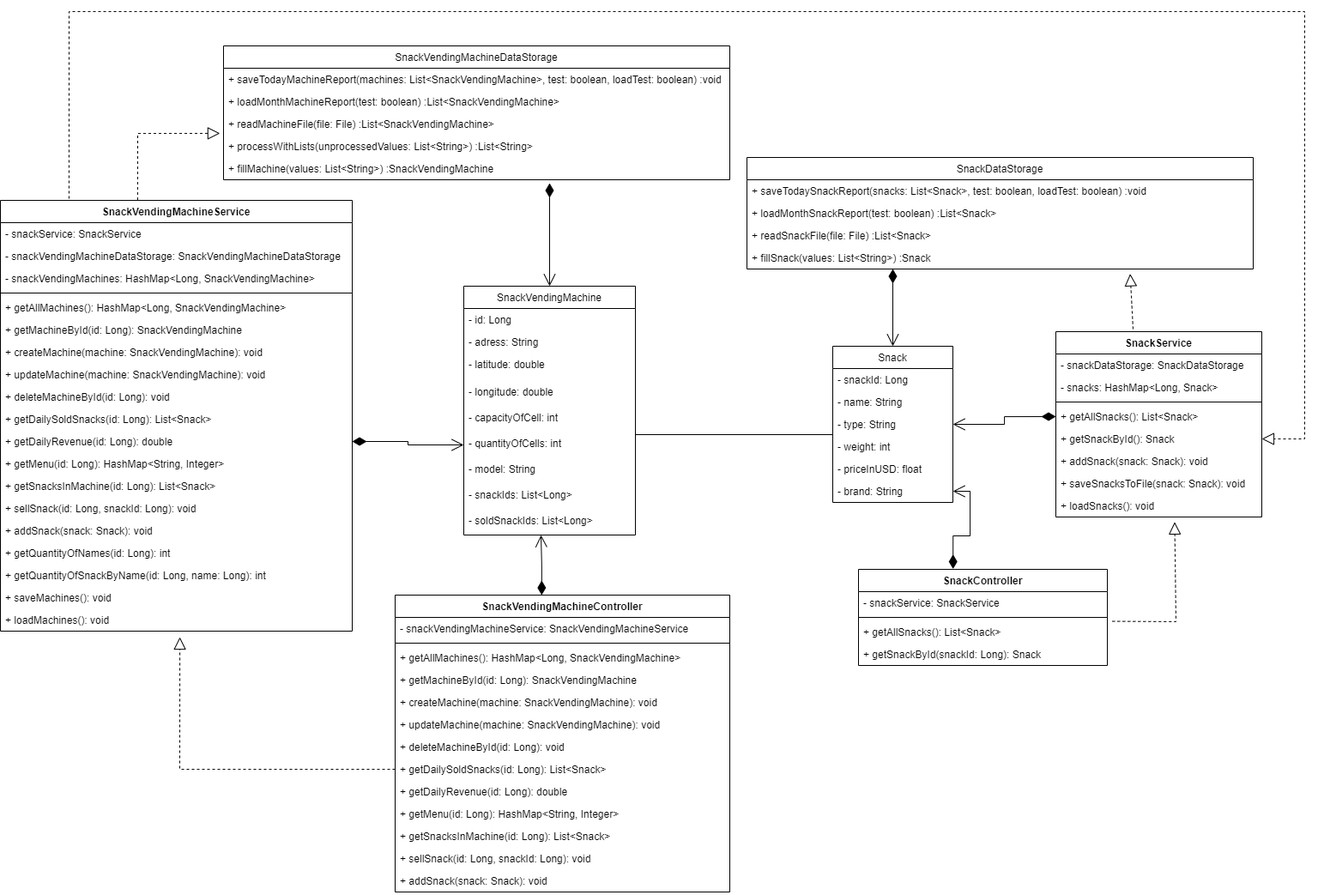
GrimLord16/iot_coursework_2nd_term_java keeps this draw.io diagram as CourseWorkDiagram.png. Above is the earlier version. Source tidied: cells renumbered, new cells last; positions are measured from the earlier drawing's top-left corner, leaving out a move shared by most shapes.
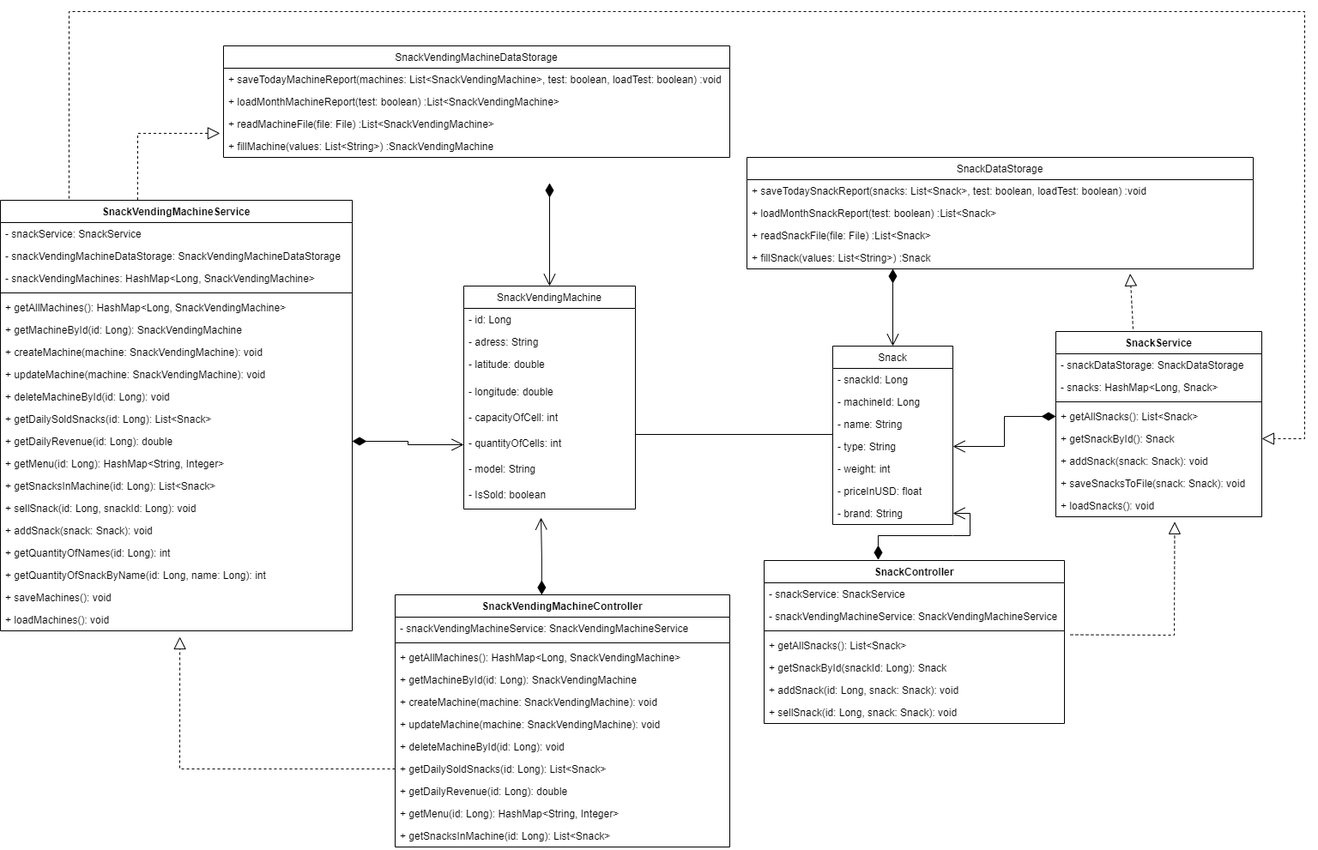
The same diagram one commit later.

What changed in the source:
```diff
@@ -36,22 +36,31 @@
       <mxGeometry y="190" width="240" height="26" as="geometry" />
     </mxCell>
     <mxCell id="12" value="SnackController" style="swimlane;fontStyle=1;align=center;verticalAlign=top;horizontal=1;startSize=26;" parent="1" vertex="1">
-      <mxGeometry x="1000" y="650" width="290" height="112" as="geometry" />
+      <mxGeometry x="890" y="640" width="350" height="190" as="geometry" />
     </mxCell>
     <mxCell id="13" value="- snackService: SnackService" style="text;strokeColor=none;fillColor=none;align=left;verticalAlign=top;spacingLeft=4;spacingRight=4;overflow=hidden;" parent="12" vertex="1">
-      <mxGeometry y="26" width="290" height="26" as="geometry" />
+      <mxGeometry y="26" width="350" height="26" as="geometry" />
     </mxCell>
+    <mxCell id="91" value="- snackVendingMachineService: SnackVendingMachineService" style="text;strokeColor=none;fillColor=none;align=left;verticalAlign=top;spacingLeft=4;spacingRight=4;overflow=hidden;" parent="12" vertex="1">
+      <mxGeometry y="52" width="350" height="26" as="geometry" />
+    </mxCell>
     <mxCell id="14" style="line;strokeWidth=1;fillColor=none;align=left;verticalAlign=middle;spacingTop=-1;spacingLeft=3;spacingRight=3;labelPosition=right;" parent="12" vertex="1">
-      <mxGeometry y="52" width="290" height="8" as="geometry" />
+      <mxGeometry y="78" width="350" height="8" as="geometry" />
     </mxCell>
     <mxCell id="15" value="+ getAllSnacks(): List&lt;Snack&gt;" style="text;strokeColor=none;fillColor=none;align=left;verticalAlign=top;spacingLeft=4;spacingRight=4;overflow=hidden;points=[[0,0.5],[1,0.5]];portConstraint=eastwest;" parent="12" vertex="1">
-      <mxGeometry y="60" width="290" height="26" as="geometry" />
+      <mxGeometry y="86" width="350" height="26" as="geometry" />
     </mxCell>
     <mxCell id="16" value="+ getSnackById(snackId: Long): Snack" style="text;strokeColor=none;fillColor=none;align=left;verticalAlign=top;spacingLeft=4;spacingRight=4;overflow=hidden;" parent="12" vertex="1">
-      <mxGeometry y="86" width="290" height="26" as="geometry" />
+      <mxGeometry y="112" width="350" height="26" as="geometry" />
     </mxCell>
+    <mxCell id="92" value="+ addSnack(id: Long, snack: Snack): void" style="text;strokeColor=none;fillColor=none;align=left;verticalAlign=top;spacingLeft=4;spacingRight=4;overflow=hidden;" parent="12" vertex="1">
+      <mxGeometry y="138" width="350" height="26" as="geometry" />
+    </mxCell>
+    <mxCell id="93" value="+ sellSnack(id: Long, snack: Snack): void" style="text;strokeColor=none;fillColor=none;align=left;verticalAlign=top;spacingLeft=4;spacingRight=4;overflow=hidden;" parent="12" vertex="1">
+      <mxGeometry y="164" width="350" height="26" as="geometry" />
+    </mxCell>
     <mxCell id="17" value="SnackVendingMachine" style="swimlane;fontStyle=0;horizontal=1;startSize=26;fillColor=none;" parent="1" vertex="1">
-      <mxGeometry x="540" y="320" width="200" height="290" as="geometry" />
+      <mxGeometry x="540" y="320" width="200" height="260" as="geometry" />
     </mxCell>
     <mxCell id="18" value="- id: Long" style="text;strokeColor=none;fillColor=none;align=left;verticalAlign=top;spacingLeft=4;spacingRight=4;overflow=hidden;" parent="17" vertex="1">
       <mxGeometry y="26" width="200" height="26" as="geometry" />
@@ -74,35 +83,35 @@
     <mxCell id="24" value="- model: String" style="text;strokeColor=none;fillColor=none;align=left;verticalAlign=top;spacingLeft=4;spacingRight=4;overflow=hidden;" parent="17" vertex="1">
       <mxGeometry y="200" width="200" height="30" as="geometry" />
     </mxCell>
-    <mxCell id="25" value="- snackIds: List&lt;Long&gt;" style="text;strokeColor=none;fillColor=none;align=left;verticalAlign=top;spacingLeft=4;spacingRight=4;overflow=hidden;" parent="17" vertex="1">
-      <mxGeometry y="230" width="200" height="30" as="geometry" />
-    </mxCell>
-    <mxCell id="26" value="- soldSnackIds: List&lt;Long&gt;" style="text;strokeColor=none;fillColor=none;align=left;verticalAlign=top;spacingLeft=4;spacingRight=4;overflow=hidden;" parent="17" vertex="1">
-      <mxGeometry y="260" width="200" height="30" as="geometry" />
-    </mxCell>
+    <mxCell id="94" value="- IsSold: boolean" style="text;strokeColor=none;fillColor=none;align=left;verticalAlign=top;spacingLeft=4;spacingRight=4;overflow=hidden;" parent="17" vertex="1">
+      <mxGeometry y="230" width="200" height="30" as="geometry" />
+    </mxCell>
     <mxCell id="27" value="Snack" style="swimlane;fontStyle=0;horizontal=1;startSize=26;fillColor=none;" parent="1" vertex="1">
-      <mxGeometry x="970" y="390" width="140" height="182" as="geometry" />
+      <mxGeometry x="970" y="390" width="140" height="208" as="geometry" />
     </mxCell>
     <mxCell id="28" value="- snackId: Long" style="text;strokeColor=none;fillColor=none;align=left;verticalAlign=top;spacingLeft=4;spacingRight=4;overflow=hidden;" parent="27" vertex="1">
       <mxGeometry y="26" width="140" height="26" as="geometry" />
     </mxCell>
+    <mxCell id="95" value="- machineId: Long" style="text;strokeColor=none;fillColor=none;align=left;verticalAlign=top;spacingLeft=4;spacingRight=4;overflow=hidden;" parent="27" vertex="1">
+      <mxGeometry y="52" width="140" height="26" as="geometry" />
+    </mxCell>
     <mxCell id="29" value="- name: String" style="text;strokeColor=none;fillColor=none;align=left;verticalAlign=top;spacingLeft=4;spacingRight=4;overflow=hidden;" parent="27" vertex="1">
-      <mxGeometry y="52" width="140" height="26" as="geometry" />
+      <mxGeometry y="78" width="140" height="26" as="geometry" />
     </mxCell>
     <mxCell id="30" value="- type: String" style="text;strokeColor=none;fillColor=none;align=left;verticalAlign=top;spacingLeft=4;spacingRight=4;overflow=hidden;points=[[0,0.5],[1,0.5]];portConstraint=eastwest;" parent="27" vertex="1">
-      <mxGeometry y="78" width="140" height="26" as="geometry" />
+      <mxGeometry y="104" width="140" height="26" as="geometry" />
     </mxCell>
     <mxCell id="31" value="- weight: int" style="text;strokeColor=none;fillColor=none;align=left;verticalAlign=top;spacingLeft=4;spacingRight=4;overflow=hidden;" parent="27" vertex="1">
-      <mxGeometry y="104" width="140" height="26" as="geometry" />
+      <mxGeometry y="130" width="140" height="26" as="geometry" />
     </mxCell>
     <mxCell id="32" value="- priceInUSD: float" style="text;strokeColor=none;fillColor=none;align=left;verticalAlign=top;spacingLeft=4;spacingRight=4;overflow=hidden;" parent="27" vertex="1">
-      <mxGeometry y="130" width="140" height="26" as="geometry" />
+      <mxGeometry y="156" width="140" height="26" as="geometry" />
     </mxCell>
     <mxCell id="33" value="- brand: String" style="text;strokeColor=none;fillColor=none;align=left;verticalAlign=top;spacingLeft=4;spacingRight=4;overflow=hidden;points=[[0,0.5],[1,0.5]];portConstraint=eastwest;" parent="27" vertex="1">
-      <mxGeometry y="156" width="140" height="26" as="geometry" />
+      <mxGeometry y="182" width="140" height="26" as="geometry" />
     </mxCell>
     <mxCell id="34" value="SnackVendingMachineDataStorage" style="swimlane;fontStyle=0;horizontal=1;startSize=26;fillColor=none;" parent="1" vertex="1">
-      <mxGeometry x="260" y="40" width="590" height="156" as="geometry" />
+      <mxGeometry x="260" y="40" width="590" height="130" as="geometry" />
     </mxCell>
     <mxCell id="35" value="+ saveTodayMachineReport(machines: List&lt;SnackVendingMachine&gt;, test: boolean, loadTest: boolean) :void" style="text;strokeColor=none;fillColor=none;align=left;verticalAlign=top;spacingLeft=4;spacingRight=4;overflow=hidden;" parent="34" vertex="1">
       <mxGeometry y="26" width="590" height="26" as="geometry" />
@@ -113,14 +122,11 @@
     <mxCell id="37" value="+ readMachineFile(file: File) :List&lt;SnackVendingMachine&gt;" style="text;strokeColor=none;fillColor=none;align=left;verticalAlign=top;spacingLeft=4;spacingRight=4;overflow=hidden;" parent="34" vertex="1">
       <mxGeometry y="78" width="590" height="26" as="geometry" />
     </mxCell>
-    <mxCell id="38" value="+ processWithLists(unprocessedValues: List&lt;String&gt;) :List&lt;String&gt;" style="text;strokeColor=none;fillColor=none;align=left;verticalAlign=top;spacingLeft=4;spacingRight=4;overflow=hidden;points=[[0,0.5],[1,0.5]];portConstraint=eastwest;" parent="34" vertex="1">
-      <mxGeometry y="104" width="590" height="26" as="geometry" />
-    </mxCell>
     <mxCell id="39" value="+ fillMachine(values: List&lt;String&gt;) :SnackVendingMachine" style="text;strokeColor=none;fillColor=none;align=left;verticalAlign=top;spacingLeft=4;spacingRight=4;overflow=hidden;" parent="34" vertex="1">
-      <mxGeometry y="130" width="590" height="26" as="geometry" />
+      <mxGeometry y="104" width="590" height="26" as="geometry" />
     </mxCell>
     <mxCell id="40" value="SnackVendingMachineController" style="swimlane;fontStyle=1;align=center;verticalAlign=top;horizontal=1;startSize=26;" parent="1" vertex="1">
-      <mxGeometry x="460" y="680" width="390" height="346" as="geometry" />
+      <mxGeometry x="460" y="680" width="390" height="294" as="geometry" />
     </mxCell>
     <mxCell id="41" value="- snackVendingMachineService: SnackVendingMachineService" style="text;strokeColor=none;fillColor=none;align=left;verticalAlign=top;spacingLeft=4;spacingRight=4;overflow=hidden;" parent="40" vertex="1">
       <mxGeometry y="26" width="390" height="26" as="geometry" />
@@ -155,12 +161,6 @@
     <mxCell id="51" value="+ getSnacksInMachine(id: Long): List&lt;Snack&gt;" style="text;strokeColor=none;fillColor=none;align=left;verticalAlign=top;spacingLeft=4;spacingRight=4;overflow=hidden;" parent="40" vertex="1">
       <mxGeometry y="268" width="390" height="26" as="geometry" />
     </mxCell>
-    <mxCell id="52" value="+ sellSnack(id: Long, snackId: Long): void" style="text;strokeColor=none;fillColor=none;align=left;verticalAlign=top;spacingLeft=4;spacingRight=4;overflow=hidden;" parent="40" vertex="1">
-      <mxGeometry y="294" width="390" height="26" as="geometry" />
-    </mxCell>
-    <mxCell id="53" value="+ addSnack(snack: Snack): void" style="text;strokeColor=none;fillColor=none;align=left;verticalAlign=top;spacingLeft=4;spacingRight=4;overflow=hidden;" parent="40" vertex="1">
-      <mxGeometry y="320" width="390" height="26" as="geometry" />
-    </mxCell>
     <mxCell id="54" value="SnackVendingMachineService" style="swimlane;fontStyle=1;align=center;verticalAlign=top;horizontal=1;startSize=26;" parent="1" vertex="1">
       <mxGeometry y="220" width="410" height="502" as="geometry" />
     </mxCell>
@@ -231,7 +231,7 @@
     </mxCell>
     <mxCell id="76" style="endArrow=open;html=1;endSize=12;startArrow=diamondThin;startSize=14;startFill=1;edgeStyle=orthogonalEdgeStyle;align=left;verticalAlign=bottom;rounded=0;exitX=0.438;exitY=0;exitDx=0;exitDy=0;exitPerimeter=0;" parent="1" edge="1" source="40">
       <mxGeometry x="-0.72" y="41" relative="1" as="geometry">
-        <mxPoint x="630" y="610" as="targetPoint" />
+        <mxPoint x="630" y="590" as="targetPoint" />
       </mxGeometry>
     </mxCell>
     <mxCell id="77" value="SnackDataStorage" style="swimlane;fontStyle=0;horizontal=1;startSize=26;fillColor=none;" parent="1" vertex="1">
@@ -287,7 +287,7 @@
     <mxCell id="88" style="endArrow=block;dashed=1;endFill=0;endSize=12;html=1;rounded=0;exitX=1.02;exitY=0.021;exitDx=0;exitDy=0;exitPerimeter=0;entryX=0.577;entryY=1.225;entryDx=0;entryDy=0;entryPerimeter=0;" parent="1" edge="1" source="15" target="11">
       <mxGeometry relative="1" as="geometry">
         <Array as="points">
-          <mxPoint x="1370" y="711" />
+          <mxPoint x="1368" y="727" />
         </Array>
       </mxGeometry>
     </mxCell>
@@ -298,8 +298,9 @@
         </Array>
       </mxGeometry>
     </mxCell>
-    <mxCell id="90" style="endArrow=block;dashed=1;endFill=0;endSize=12;html=1;rounded=0;exitX=0.39;exitY=-0.001;exitDx=0;exitDy=0;exitPerimeter=0;entryX=-0.007;entryY=-0.08;entryDx=0;entryDy=0;entryPerimeter=0;" parent="1" edge="1" source="54" target="38">
+    <mxCell id="90" style="endArrow=block;dashed=1;endFill=0;endSize=12;html=1;rounded=0;exitX=0.39;exitY=-0.001;exitDx=0;exitDy=0;exitPerimeter=0;entryX=-0.007;entryY=-0.08;entryDx=0;entryDy=0;entryPerimeter=0;" parent="1" edge="1" source="54">
       <mxGeometry relative="1" as="geometry">
+        <mxPoint x="255.9" y="141.9" as="targetPoint" />
         <Array as="points">
           <mxPoint x="160" y="142" />
         </Array>
```
